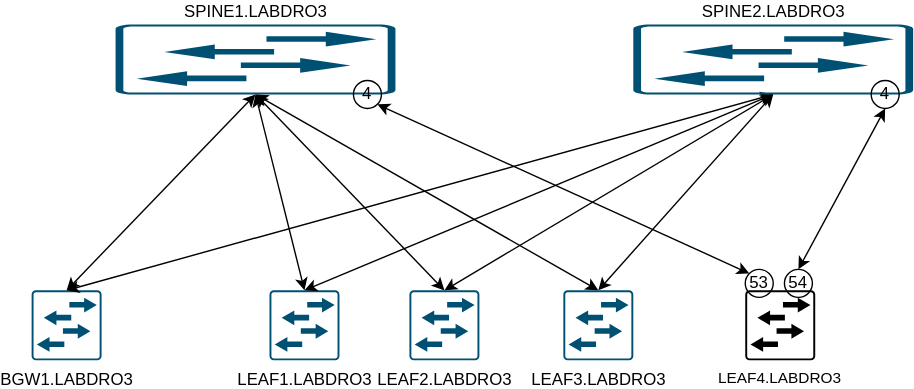
Before: distri_lab.svg, a diagram exported from draw.io (thedenman/flow). Source tidied: cells renumbered, new cells last; positions are measured from the earlier drawing's top-left corner, leaving out a move shared by most shapes.
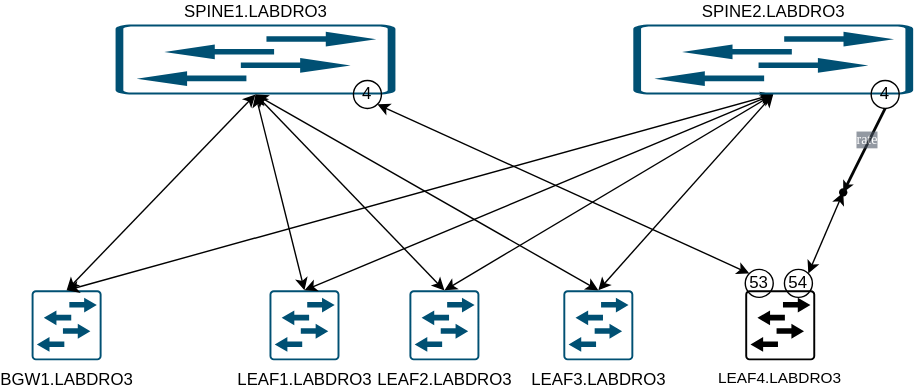
Later version of the same file.

Diff of the diagram source:
```diff
@@ -51,9 +51,6 @@
     <mxCell id="16" value="54" style="ellipse;whiteSpace=wrap;html=1;fillColor=none;strokeColor=default;" parent="1" vertex="1">
       <mxGeometry x="538" y="175" width="20" height="20" as="geometry" />
     </mxCell>
-    <mxCell id="17" style="endArrow=classic;startArrow=classic;html=1;rounded=0;exitX=0.5;exitY=0;exitDx=0;exitDy=0;entryX=0.5;entryY=1;entryDx=0;entryDy=0;" parent="1" edge="1" source="16" target="21">
-      <mxGeometry relative="1" as="geometry" />
-    </mxCell>
     <mxCell id="18" value="SPINE2.LABDRO3" style="sketch=0;points=[[0.015,0.015,0],[0.985,0.015,0],[0.985,0.985,0],[0.015,0.985,0],[0.25,0,0],[0.5,0,0],[0.75,0,0],[1,0.25,0],[1,0.5,0],[1,0.75,0],[0.75,1,0],[0.5,1,0],[0.25,1,0],[0,0.75,0],[0,0.5,0],[0,0.25,0]];verticalLabelPosition=top;html=1;verticalAlign=bottom;align=center;shape=mxgraph.cisco19.rect;prIcon=l2_switch;fillColor=none;strokeColor=#005073;labelPosition=center;" parent="1" vertex="1">
       <mxGeometry x="430" width="200" height="50" as="geometry" />
     </mxCell>
@@ -69,5 +66,14 @@
     <mxCell id="22" value="4" style="ellipse;whiteSpace=wrap;html=1;fillColor=none;strokeColor=default;" parent="1" vertex="1">
       <mxGeometry x="230" y="40" width="20" height="20" as="geometry" />
     </mxCell>
+    <mxCell id="23" style="shape=waypoint;sketch=0;fillStyle=solid;size=6;points=[];fillColor=none;perimeter=centerPerimeter;snapToPoint=1;" parent="1" vertex="1">
+      <mxGeometry x="570" y="110" width="20" height="20" as="geometry" />
+    </mxCell>
+    <mxCell id="24" style="endArrow=classic;html=1;rounded=0;entryX=1;entryY=0;entryDx=0;entryDy=0;endFill=1;startArrow=classic;startFill=1;" parent="1" edge="1" source="23" target="16">
+      <mxGeometry relative="1" as="geometry" />
+    </mxCell>
+    <mxCell id="25" value="rate" style="rounded=0;html=1;startSize=6;endArrow=classic;endFill=1;endSize=2;fontSize=10;strokeColor=#040505;fontColor=#FFFFFF;textOpacity=60;labelBackgroundColor=#4D5766;jumpStyle=gap;strokeWidth=2;fontFamily=Google Sans;fontSource=https%3A%2F%2Ffonts.googleapis.com%2Fcss%3Ffamily%3DGoogle%2BSans;exitX=0.5;exitY=1;exitDx=0;exitDy=0;" parent="1" edge="1" source="21" target="23">
+      <mxGeometry x="-0.24" y="-2" relative="1" as="geometry" />
+    </mxCell>
   </root>
 </mxGraphModel>
```
